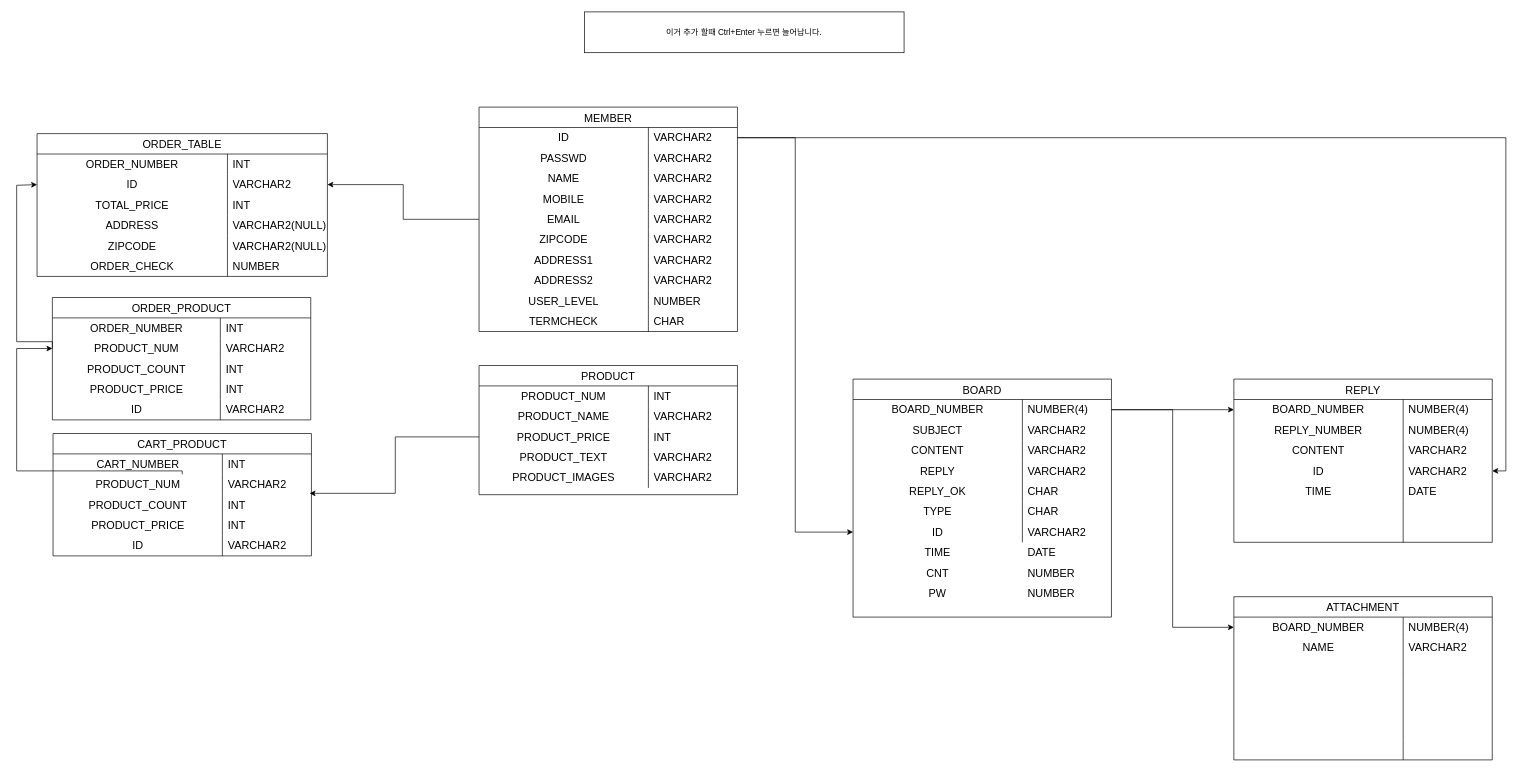
Above: 제목 없는 다이어그램.drawio in Rookies13/Senanam (draw.io), before the change. Source tidied: cells renumbered, new cells numbered last; positions are measured from the earlier drawing's top-left corner, leaving out a move shared by most shapes. Both pictures are drawn from the tidied source at 68%, with x=0, y=0 at pixel (16, 12).
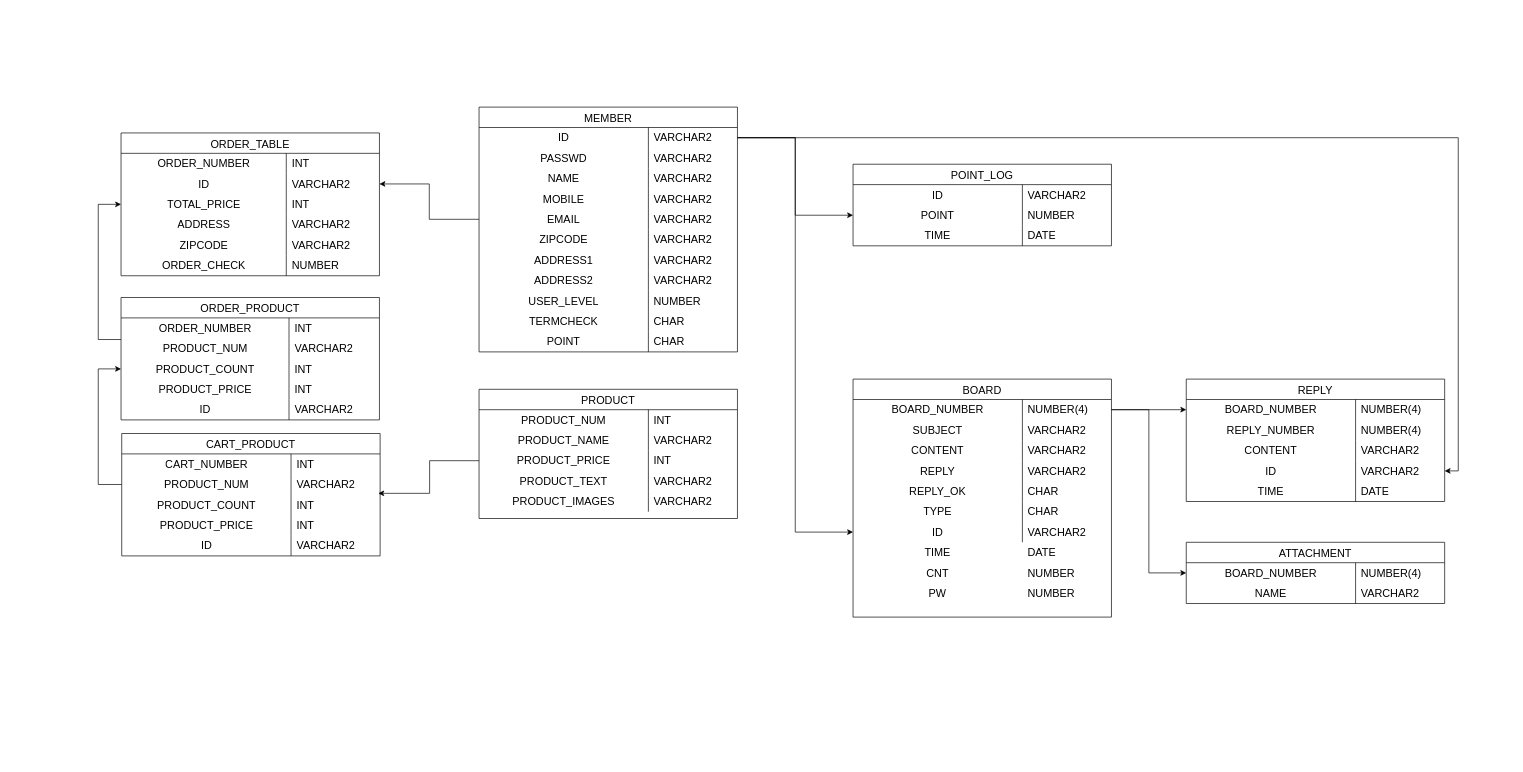
Above is the later version.

Commit message:
제목 없는 다이어그램.drawio 업데이트

Unchanged cells that the change refers to:
```xml
<mxCell id="3" style="shape=tableRow;horizontal=0;startSize=0;swimlaneHead=0;swimlaneBody=0;top=0;left=0;bottom=0;right=0;fillColor=none;points=[[0,0.5],[1,0.5]];portConstraint=eastwest;strokeColor=inherit;fontSize=16;" parent="2" vertex="1">
  <mxGeometry y="30" width="380" height="30" as="geometry" />
</mxCell>
<mxCell id="95" style="shape=tableRow;horizontal=0;startSize=0;swimlaneHead=0;swimlaneBody=0;top=0;left=0;bottom=0;right=0;fillColor=none;points=[[0,0.5],[1,0.5]];portConstraint=eastwest;strokeColor=inherit;fontSize=16;" parent="91" vertex="1">
  <mxGeometry y="60" width="380" height="30" as="geometry" />
</mxCell>
<mxCell id="98" style="shape=tableRow;horizontal=0;startSize=0;swimlaneHead=0;swimlaneBody=0;top=0;left=0;bottom=0;right=0;fillColor=none;points=[[0,0.5],[1,0.5]];portConstraint=eastwest;strokeColor=inherit;fontSize=16;" parent="91" vertex="1">
  <mxGeometry y="90" width="380" height="30" as="geometry" />
</mxCell>
<mxCell id="167" style="shape=tableRow;horizontal=0;startSize=0;swimlaneHead=0;swimlaneBody=0;top=0;left=0;bottom=0;right=0;fillColor=none;points=[[0,0.5],[1,0.5]];portConstraint=eastwest;strokeColor=inherit;fontSize=16;" parent="163" vertex="1">
  <mxGeometry y="60" width="380" height="30" as="geometry" />
</mxCell>
```

Change to the diagram source:
```diff
@@
     <mxCell id="2" value="MEMBER" style="shape=table;startSize=30;childLayout=tableLayout;rowLines=0;fontStyle=0;strokeColor=default;fontSize=16;" parent="1" vertex="1">
-      <mxGeometry x="680" y="140" width="380" height="330" as="geometry" />
+      <mxGeometry x="680" y="140" width="380" height="360" as="geometry" />
     </mxCell>
@@
-    <mxCell id="33" value="이거 추가 할때 Ctrl+Enter 누르면 늘어납니다." style="rounded=0;whiteSpace=wrap;html=1;" parent="1" vertex="1">
-      <mxGeometry x="835" width="470" height="60" as="geometry" />
-    </mxCell>
+    <mxCell id="181" style="shape=tableRow;horizontal=0;startSize=0;swimlaneHead=0;swimlaneBody=0;top=0;left=0;bottom=0;right=0;fillColor=none;strokeColor=inherit;fontSize=16;" parent="2" vertex="1">
+      <mxGeometry y="330" width="380" height="30" as="geometry" />
+    </mxCell>
+    <mxCell id="182" value="POINT" style="shape=partialRectangle;html=1;whiteSpace=wrap;fillColor=none;top=0;left=0;bottom=0;right=0;overflow=hidden;strokeColor=inherit;fontSize=16;" parent="181" vertex="1">
+      <mxGeometry width="249" height="30" as="geometry" />
+    </mxCell>
+    <mxCell id="183" value="CHAR" style="shape=partialRectangle;html=1;whiteSpace=wrap;fillColor=none;top=0;left=0;bottom=0;right=0;align=left;spacingLeft=6;overflow=hidden;strokeColor=inherit;fontSize=16;" parent="181" vertex="1">
+      <mxGeometry x="249" width="131" height="30" as="geometry" />
+    </mxCell>
     <mxCell id="34" value="PRODUCT" style="shape=table;startSize=30;childLayout=tableLayout;rowLines=0;fontStyle=0;strokeColor=default;fontSize=16;" parent="1" vertex="1">
-      <mxGeometry x="680" y="520" width="380" height="190" as="geometry" />
+      <mxGeometry x="680" y="555" width="380" height="190" as="geometry" />
     </mxCell>
@@
     <mxCell id="72" value="ORDER_TABLE" style="shape=table;startSize=30;childLayout=tableLayout;rowLines=0;fontStyle=0;strokeColor=default;fontSize=16;" parent="1" vertex="1">
-      <mxGeometry x="30" y="179" width="427" height="210" as="geometry" />
+      <mxGeometry x="153.5" y="178" width="380" height="210" as="geometry" />
     </mxCell>
     <mxCell id="73" style="shape=tableRow;horizontal=0;startSize=0;swimlaneHead=0;swimlaneBody=0;top=0;left=0;bottom=0;right=0;fillColor=none;strokeColor=inherit;fontSize=16;" parent="72" vertex="1">
-      <mxGeometry y="30" width="427" height="30" as="geometry" />
+      <mxGeometry y="30" width="380" height="30" as="geometry" />
     </mxCell>
     <mxCell id="74" value="ORDER_NUMBER" style="shape=partialRectangle;html=1;whiteSpace=wrap;fillColor=none;top=0;left=0;bottom=0;right=0;overflow=hidden;strokeColor=inherit;fontSize=16;" parent="73" vertex="1">
-      <mxGeometry width="280" height="30" as="geometry" />
+      <mxGeometry width="243" height="30" as="geometry" />
     </mxCell>
     <mxCell id="75" value="INT" style="shape=partialRectangle;html=1;whiteSpace=wrap;fillColor=none;top=0;left=0;bottom=0;right=0;align=left;spacingLeft=6;overflow=hidden;strokeColor=inherit;fontSize=16;" parent="73" vertex="1">
-      <mxGeometry x="280" width="147" height="30" as="geometry" />
+      <mxGeometry x="243" width="137" height="30" as="geometry" />
     </mxCell>
     <mxCell id="76" style="shape=tableRow;horizontal=0;startSize=0;swimlaneHead=0;swimlaneBody=0;top=0;left=0;bottom=0;right=0;fillColor=none;points=[[0,0.5],[1,0.5]];portConstraint=eastwest;strokeColor=inherit;fontSize=16;" parent="72" vertex="1">
-      <mxGeometry y="60" width="427" height="30" as="geometry" />
+      <mxGeometry y="60" width="380" height="30" as="geometry" />
     </mxCell>
     <mxCell id="77" value="ID" style="shape=partialRectangle;html=1;whiteSpace=wrap;fillColor=none;top=0;left=0;bottom=0;right=0;overflow=hidden;strokeColor=inherit;fontSize=16;" parent="76" vertex="1">
-      <mxGeometry width="280" height="30" as="geometry" />
+      <mxGeometry width="243" height="30" as="geometry" />
     </mxCell>
     <mxCell id="78" value="VARCHAR2" style="shape=partialRectangle;html=1;whiteSpace=wrap;fillColor=none;top=0;left=0;bottom=0;right=0;align=left;spacingLeft=6;overflow=hidden;strokeColor=inherit;fontSize=16;" parent="76" vertex="1">
-      <mxGeometry x="280" width="147" height="30" as="geometry" />
+      <mxGeometry x="243" width="137" height="30" as="geometry" />
     </mxCell>
     <mxCell id="79" style="shape=tableRow;horizontal=0;startSize=0;swimlaneHead=0;swimlaneBody=0;top=0;left=0;bottom=0;right=0;fillColor=none;points=[[0,0.5],[1,0.5]];portConstraint=eastwest;strokeColor=inherit;fontSize=16;" parent="72" vertex="1">
-      <mxGeometry y="90" width="427" height="30" as="geometry" />
+      <mxGeometry y="90" width="380" height="30" as="geometry" />
     </mxCell>
     <mxCell id="80" value="TOTAL_PRICE" style="shape=partialRectangle;html=1;whiteSpace=wrap;fillColor=none;top=0;left=0;bottom=0;right=0;overflow=hidden;strokeColor=inherit;fontSize=16;" parent="79" vertex="1">
-      <mxGeometry width="280" height="30" as="geometry" />
+      <mxGeometry width="243" height="30" as="geometry" />
     </mxCell>
     <mxCell id="81" value="INT" style="shape=partialRectangle;html=1;whiteSpace=wrap;fillColor=none;top=0;left=0;bottom=0;right=0;align=left;spacingLeft=6;overflow=hidden;strokeColor=inherit;fontSize=16;" parent="79" vertex="1">
-      <mxGeometry x="280" width="147" height="30" as="geometry" />
+      <mxGeometry x="243" width="137" height="30" as="geometry" />
     </mxCell>
     <mxCell id="82" style="shape=tableRow;horizontal=0;startSize=0;swimlaneHead=0;swimlaneBody=0;top=0;left=0;bottom=0;right=0;fillColor=none;strokeColor=inherit;fontSize=16;" parent="72" vertex="1">
-      <mxGeometry y="120" width="427" height="30" as="geometry" />
+      <mxGeometry y="120" width="380" height="30" as="geometry" />
     </mxCell>
     <mxCell id="83" value="ADDRESS" style="shape=partialRectangle;html=1;whiteSpace=wrap;fillColor=none;top=0;left=0;bottom=0;right=0;overflow=hidden;strokeColor=inherit;fontSize=16;" parent="82" vertex="1">
-      <mxGeometry width="280" height="30" as="geometry" />
+      <mxGeometry width="243" height="30" as="geometry" />
     </mxCell>
-    <mxCell id="84" value="VARCHAR2(NULL)" style="shape=partialRectangle;html=1;whiteSpace=wrap;fillColor=none;top=0;left=0;bottom=0;right=0;align=left;spacingLeft=6;overflow=hidden;strokeColor=inherit;fontSize=16;" parent="82" vertex="1">
-      <mxGeometry x="280" width="147" height="30" as="geometry" />
+    <mxCell id="84" value="VARCHAR2" style="shape=partialRectangle;html=1;whiteSpace=wrap;fillColor=none;top=0;left=0;bottom=0;right=0;align=left;spacingLeft=6;overflow=hidden;strokeColor=inherit;fontSize=16;" parent="82" vertex="1">
+      <mxGeometry x="243" width="137" height="30" as="geometry" />
     </mxCell>
     <mxCell id="85" style="shape=tableRow;horizontal=0;startSize=0;swimlaneHead=0;swimlaneBody=0;top=0;left=0;bottom=0;right=0;fillColor=none;strokeColor=inherit;fontSize=16;" parent="72" vertex="1">
-      <mxGeometry y="150" width="427" height="30" as="geometry" />
+      <mxGeometry y="150" width="380" height="30" as="geometry" />
     </mxCell>
     <mxCell id="86" value="ZIPCODE" style="shape=partialRectangle;html=1;whiteSpace=wrap;fillColor=none;top=0;left=0;bottom=0;right=0;overflow=hidden;strokeColor=inherit;fontSize=16;" parent="85" vertex="1">
-      <mxGeometry width="280" height="30" as="geometry" />
+      <mxGeometry width="243" height="30" as="geometry" />
     </mxCell>
-    <mxCell id="87" value="VARCHAR2(NULL)" style="shape=partialRectangle;html=1;whiteSpace=wrap;fillColor=none;top=0;left=0;bottom=0;right=0;align=left;spacingLeft=6;overflow=hidden;strokeColor=inherit;fontSize=16;" parent="85" vertex="1">
-      <mxGeometry x="280" width="147" height="30" as="geometry" />
+    <mxCell id="87" value="VARCHAR2" style="shape=partialRectangle;html=1;whiteSpace=wrap;fillColor=none;top=0;left=0;bottom=0;right=0;align=left;spacingLeft=6;overflow=hidden;strokeColor=inherit;fontSize=16;" parent="85" vertex="1">
+      <mxGeometry x="243" width="137" height="30" as="geometry" />
     </mxCell>
     <mxCell id="88" style="shape=tableRow;horizontal=0;startSize=0;swimlaneHead=0;swimlaneBody=0;top=0;left=0;bottom=0;right=0;fillColor=none;strokeColor=inherit;fontSize=16;" parent="72" vertex="1">
-      <mxGeometry y="180" width="427" height="30" as="geometry" />
+      <mxGeometry y="180" width="380" height="30" as="geometry" />
     </mxCell>
     <mxCell id="89" value="ORDER_CHECK" style="shape=partialRectangle;html=1;whiteSpace=wrap;fillColor=none;top=0;left=0;bottom=0;right=0;overflow=hidden;strokeColor=inherit;fontSize=16;" parent="88" vertex="1">
-      <mxGeometry width="280" height="30" as="geometry" />
+      <mxGeometry width="243" height="30" as="geometry" />
     </mxCell>
     <mxCell id="90" value="NUMBER" style="shape=partialRectangle;html=1;whiteSpace=wrap;fillColor=none;top=0;left=0;bottom=0;right=0;align=left;spacingLeft=6;overflow=hidden;strokeColor=inherit;fontSize=16;" parent="88" vertex="1">
-      <mxGeometry x="280" width="147" height="30" as="geometry" />
+      <mxGeometry x="243" width="137" height="30" as="geometry" />
     </mxCell>
     <mxCell id="91" value="ORDER_PRODUCT" style="shape=table;startSize=30;childLayout=tableLayout;rowLines=0;fontStyle=0;strokeColor=default;fontSize=16;" parent="1" vertex="1">
-      <mxGeometry x="52.5" y="420" width="380" height="180" as="geometry" />
+      <mxGeometry x="153.5" y="420" width="380" height="180" as="geometry" />
     </mxCell>
@@
-    <mxCell id="108" style="edgeStyle=orthogonalEdgeStyle;rounded=0;jettySize=auto;html=1;exitX=0;exitY=0.5;exitDx=0;exitDy=0;entryX=0;entryY=0.5;entryDx=0;entryDy=0;" parent="1" edge="1" source="95" target="76">
-      <mxGeometry relative="1" as="geometry">
-        <Array as="points">
-          <mxPoint y="485" />
-          <mxPoint y="255" />
-        </Array>
-      </mxGeometry>
-    </mxCell>
@@
     <mxCell id="114" value="REPLY" style="shape=table;startSize=30;childLayout=tableLayout;rowLines=0;fontStyle=0;strokeColor=default;fontSize=16;" parent="1" vertex="1">
-      <mxGeometry x="1790" y="540" width="380" height="240" as="geometry" />
+      <mxGeometry x="1720" y="540" width="380" height="180" as="geometry" />
     </mxCell>
@@
-    <mxCell id="130" style="shape=tableRow;horizontal=0;startSize=0;swimlaneHead=0;swimlaneBody=0;top=0;left=0;bottom=0;right=0;fillColor=none;strokeColor=inherit;fontSize=16;" parent="114" vertex="1">
-      <mxGeometry y="180" width="380" height="30" as="geometry" />
-    </mxCell>
-    <mxCell id="131" style="shape=partialRectangle;html=1;whiteSpace=wrap;fillColor=none;top=0;left=0;bottom=0;right=0;overflow=hidden;strokeColor=inherit;fontSize=16;" parent="130" vertex="1">
-      <mxGeometry width="249" height="30" as="geometry" />
-    </mxCell>
-    <mxCell id="132" style="shape=partialRectangle;html=1;whiteSpace=wrap;fillColor=none;top=0;left=0;bottom=0;right=0;align=left;spacingLeft=6;overflow=hidden;strokeColor=inherit;fontSize=16;" parent="130" vertex="1">
-      <mxGeometry x="249" width="131" height="30" as="geometry" />
-    </mxCell>
-    <mxCell id="133" style="shape=tableRow;horizontal=0;startSize=0;swimlaneHead=0;swimlaneBody=0;top=0;left=0;bottom=0;right=0;fillColor=none;strokeColor=inherit;fontSize=16;" parent="114" vertex="1">
-      <mxGeometry y="210" width="380" height="30" as="geometry" />
-    </mxCell>
-    <mxCell id="134" style="shape=partialRectangle;html=1;whiteSpace=wrap;fillColor=none;top=0;left=0;bottom=0;right=0;overflow=hidden;strokeColor=inherit;fontSize=16;" parent="133" vertex="1">
-      <mxGeometry width="249" height="30" as="geometry" />
-    </mxCell>
-    <mxCell id="135" style="shape=partialRectangle;html=1;whiteSpace=wrap;fillColor=none;top=0;left=0;bottom=0;right=0;align=left;spacingLeft=6;overflow=hidden;strokeColor=inherit;fontSize=16;" parent="133" vertex="1">
-      <mxGeometry x="249" width="131" height="30" as="geometry" />
-    </mxCell>
@@
     <mxCell id="140" value="ATTACHMENT" style="shape=table;startSize=30;childLayout=tableLayout;rowLines=0;fontStyle=0;strokeColor=default;fontSize=16;" parent="1" vertex="1">
-      <mxGeometry x="1790" y="860" width="380" height="240" as="geometry" />
+      <mxGeometry x="1720" y="780" width="380" height="90" as="geometry" />
     </mxCell>
@@
-    <mxCell id="147" style="shape=tableRow;horizontal=0;startSize=0;swimlaneHead=0;swimlaneBody=0;top=0;left=0;bottom=0;right=0;fillColor=none;strokeColor=inherit;fontSize=16;" parent="140" vertex="1">
-      <mxGeometry y="90" width="380" height="30" as="geometry" />
-    </mxCell>
-    <mxCell id="148" style="shape=partialRectangle;html=1;whiteSpace=wrap;fillColor=none;top=0;left=0;bottom=0;right=0;overflow=hidden;strokeColor=inherit;fontSize=16;" parent="147" vertex="1">
-      <mxGeometry width="249" height="30" as="geometry" />
-    </mxCell>
-    <mxCell id="149" style="shape=partialRectangle;html=1;whiteSpace=wrap;fillColor=none;top=0;left=0;bottom=0;right=0;align=left;spacingLeft=6;overflow=hidden;strokeColor=inherit;fontSize=16;" parent="147" vertex="1">
-      <mxGeometry x="249" width="131" height="30" as="geometry" />
-    </mxCell>
-    <mxCell id="150" style="shape=tableRow;horizontal=0;startSize=0;swimlaneHead=0;swimlaneBody=0;top=0;left=0;bottom=0;right=0;fillColor=none;strokeColor=inherit;fontSize=16;" parent="140" vertex="1">
-      <mxGeometry y="120" width="380" height="30" as="geometry" />
-    </mxCell>
-    <mxCell id="151" style="shape=partialRectangle;html=1;whiteSpace=wrap;fillColor=none;top=0;left=0;bottom=0;right=0;overflow=hidden;strokeColor=inherit;fontSize=16;" parent="150" vertex="1">
-      <mxGeometry width="249" height="30" as="geometry" />
-    </mxCell>
-    <mxCell id="152" style="shape=partialRectangle;html=1;whiteSpace=wrap;fillColor=none;top=0;left=0;bottom=0;right=0;align=left;spacingLeft=6;overflow=hidden;strokeColor=inherit;fontSize=16;" parent="150" vertex="1">
-      <mxGeometry x="249" width="131" height="30" as="geometry" />
-    </mxCell>
-    <mxCell id="153" style="shape=tableRow;horizontal=0;startSize=0;swimlaneHead=0;swimlaneBody=0;top=0;left=0;bottom=0;right=0;fillColor=none;strokeColor=inherit;fontSize=16;" parent="140" vertex="1">
-      <mxGeometry y="150" width="380" height="30" as="geometry" />
-    </mxCell>
-    <mxCell id="154" style="shape=partialRectangle;html=1;whiteSpace=wrap;fillColor=none;top=0;left=0;bottom=0;right=0;overflow=hidden;strokeColor=inherit;fontSize=16;" parent="153" vertex="1">
-      <mxGeometry width="249" height="30" as="geometry" />
-    </mxCell>
-    <mxCell id="155" style="shape=partialRectangle;html=1;whiteSpace=wrap;fillColor=none;top=0;left=0;bottom=0;right=0;align=left;spacingLeft=6;overflow=hidden;strokeColor=inherit;fontSize=16;" parent="153" vertex="1">
-      <mxGeometry x="249" width="131" height="30" as="geometry" />
-    </mxCell>
-    <mxCell id="156" style="shape=tableRow;horizontal=0;startSize=0;swimlaneHead=0;swimlaneBody=0;top=0;left=0;bottom=0;right=0;fillColor=none;strokeColor=inherit;fontSize=16;" parent="140" vertex="1">
-      <mxGeometry y="180" width="380" height="30" as="geometry" />
-    </mxCell>
-    <mxCell id="157" style="shape=partialRectangle;html=1;whiteSpace=wrap;fillColor=none;top=0;left=0;bottom=0;right=0;overflow=hidden;strokeColor=inherit;fontSize=16;" parent="156" vertex="1">
-      <mxGeometry width="249" height="30" as="geometry" />
-    </mxCell>
-    <mxCell id="158" style="shape=partialRectangle;html=1;whiteSpace=wrap;fillColor=none;top=0;left=0;bottom=0;right=0;align=left;spacingLeft=6;overflow=hidden;strokeColor=inherit;fontSize=16;" parent="156" vertex="1">
-      <mxGeometry x="249" width="131" height="30" as="geometry" />
-    </mxCell>
-    <mxCell id="159" style="shape=tableRow;horizontal=0;startSize=0;swimlaneHead=0;swimlaneBody=0;top=0;left=0;bottom=0;right=0;fillColor=none;strokeColor=inherit;fontSize=16;" parent="140" vertex="1">
-      <mxGeometry y="210" width="380" height="30" as="geometry" />
-    </mxCell>
-    <mxCell id="160" style="shape=partialRectangle;html=1;whiteSpace=wrap;fillColor=none;top=0;left=0;bottom=0;right=0;overflow=hidden;strokeColor=inherit;fontSize=16;" parent="159" vertex="1">
-      <mxGeometry width="249" height="30" as="geometry" />
-    </mxCell>
-    <mxCell id="161" style="shape=partialRectangle;html=1;whiteSpace=wrap;fillColor=none;top=0;left=0;bottom=0;right=0;align=left;spacingLeft=6;overflow=hidden;strokeColor=inherit;fontSize=16;" parent="159" vertex="1">
-      <mxGeometry x="249" width="131" height="30" as="geometry" />
-    </mxCell>
@@
     <mxCell id="163" value="CART_PRODUCT" style="shape=table;startSize=30;childLayout=tableLayout;rowLines=0;fontStyle=0;strokeColor=default;fontSize=16;" parent="1" vertex="1">
-      <mxGeometry x="53.5" y="620" width="380" height="180" as="geometry" />
+      <mxGeometry x="154.5" y="620" width="380" height="180" as="geometry" />
     </mxCell>
@@
-    <mxCell id="180" style="edgeStyle=orthogonalEdgeStyle;rounded=0;jettySize=auto;html=1;entryX=0;entryY=0.5;entryDx=0;entryDy=0;" parent="1" edge="1" source="167" target="95">
-      <mxGeometry relative="1" as="geometry">
-        <Array as="points">
-          <mxPoint y="675" />
-          <mxPoint y="495" />
-        </Array>
-      </mxGeometry>
-    </mxCell>
+    <mxCell id="184" value="POINT_LOG" style="shape=table;startSize=30;childLayout=tableLayout;rowLines=0;fontStyle=0;strokeColor=default;fontSize=16;" parent="1" vertex="1">
+      <mxGeometry x="1230" y="224" width="380" height="120" as="geometry" />
+    </mxCell>
+    <mxCell id="185" style="shape=tableRow;horizontal=0;startSize=0;swimlaneHead=0;swimlaneBody=0;top=0;left=0;bottom=0;right=0;fillColor=none;strokeColor=inherit;fontSize=16;" parent="184" vertex="1">
+      <mxGeometry y="30" width="380" height="30" as="geometry" />
+    </mxCell>
+    <mxCell id="186" value="ID" style="shape=partialRectangle;html=1;whiteSpace=wrap;fillColor=none;top=0;left=0;bottom=0;right=0;overflow=hidden;strokeColor=inherit;fontSize=16;" parent="185" vertex="1">
+      <mxGeometry width="249" height="30" as="geometry" />
+    </mxCell>
+    <mxCell id="187" value="VARCHAR2" style="shape=partialRectangle;html=1;whiteSpace=wrap;fillColor=none;top=0;left=0;bottom=0;right=0;align=left;spacingLeft=6;overflow=hidden;strokeColor=inherit;fontSize=16;" parent="185" vertex="1">
+      <mxGeometry x="249" width="131" height="30" as="geometry" />
+    </mxCell>
+    <mxCell id="188" style="shape=tableRow;horizontal=0;startSize=0;swimlaneHead=0;swimlaneBody=0;top=0;left=0;bottom=0;right=0;fillColor=none;points=[[0,0.5],[1,0.5]];portConstraint=eastwest;strokeColor=inherit;fontSize=16;" parent="184" vertex="1">
+      <mxGeometry y="60" width="380" height="30" as="geometry" />
+    </mxCell>
+    <mxCell id="189" value="POINT" style="shape=partialRectangle;html=1;whiteSpace=wrap;fillColor=none;top=0;left=0;bottom=0;right=0;overflow=hidden;strokeColor=inherit;fontSize=16;" parent="188" vertex="1">
+      <mxGeometry width="249" height="30" as="geometry" />
+    </mxCell>
+    <mxCell id="190" value="NUMBER" style="shape=partialRectangle;html=1;whiteSpace=wrap;fillColor=none;top=0;left=0;bottom=0;right=0;align=left;spacingLeft=6;overflow=hidden;strokeColor=inherit;fontSize=16;" parent="188" vertex="1">
+      <mxGeometry x="249" width="131" height="30" as="geometry" />
+    </mxCell>
+    <mxCell id="147" style="shape=tableRow;horizontal=0;startSize=0;swimlaneHead=0;swimlaneBody=0;top=0;left=0;bottom=0;right=0;fillColor=none;strokeColor=inherit;fontSize=16;" parent="184" vertex="1">
+      <mxGeometry y="90" width="380" height="30" as="geometry" />
+    </mxCell>
+    <mxCell id="191" value="TIME" style="shape=partialRectangle;html=1;whiteSpace=wrap;fillColor=none;top=0;left=0;bottom=0;right=0;overflow=hidden;strokeColor=inherit;fontSize=16;" parent="147" vertex="1">
+      <mxGeometry width="249" height="30" as="geometry" />
+    </mxCell>
+    <mxCell id="192" value="DATE" style="shape=partialRectangle;html=1;whiteSpace=wrap;fillColor=none;top=0;left=0;bottom=0;right=0;align=left;spacingLeft=6;overflow=hidden;strokeColor=inherit;fontSize=16;" parent="147" vertex="1">
+      <mxGeometry x="249" width="131" height="30" as="geometry" />
+    </mxCell>
+    <mxCell id="193" style="edgeStyle=orthogonalEdgeStyle;rounded=0;jettySize=auto;html=1;exitX=0;exitY=0.5;exitDx=0;exitDy=0;entryX=1;entryY=0.5;entryDx=0;entryDy=0;endArrow=none;endFill=0;startArrow=classic;startFill=1;" parent="1" edge="1" source="188" target="3">
+      <mxGeometry relative="1" as="geometry" />
+    </mxCell>
+    <mxCell id="194" style="edgeStyle=orthogonalEdgeStyle;rounded=0;jettySize=auto;html=1;entryX=0;entryY=0.06;entryDx=0;entryDy=0;entryPerimeter=0;endArrow=none;endFill=0;startArrow=classic;startFill=1;" parent="1" edge="1" source="79" target="95">
+      <mxGeometry relative="1" as="geometry">
+        <Array as="points">
+          <mxPoint x="120" y="283" />
+          <mxPoint x="120" y="482" />
+        </Array>
+      </mxGeometry>
+    </mxCell>
+    <mxCell id="195" style="edgeStyle=orthogonalEdgeStyle;rounded=0;jettySize=auto;html=1;entryX=0;entryY=0.5;entryDx=0;entryDy=0;" parent="1" edge="1" source="167" target="98">
+      <mxGeometry relative="1" as="geometry">
+        <Array as="points">
+          <mxPoint x="120" y="695" />
+          <mxPoint x="120" y="525" />
+        </Array>
+      </mxGeometry>
+    </mxCell>
```
